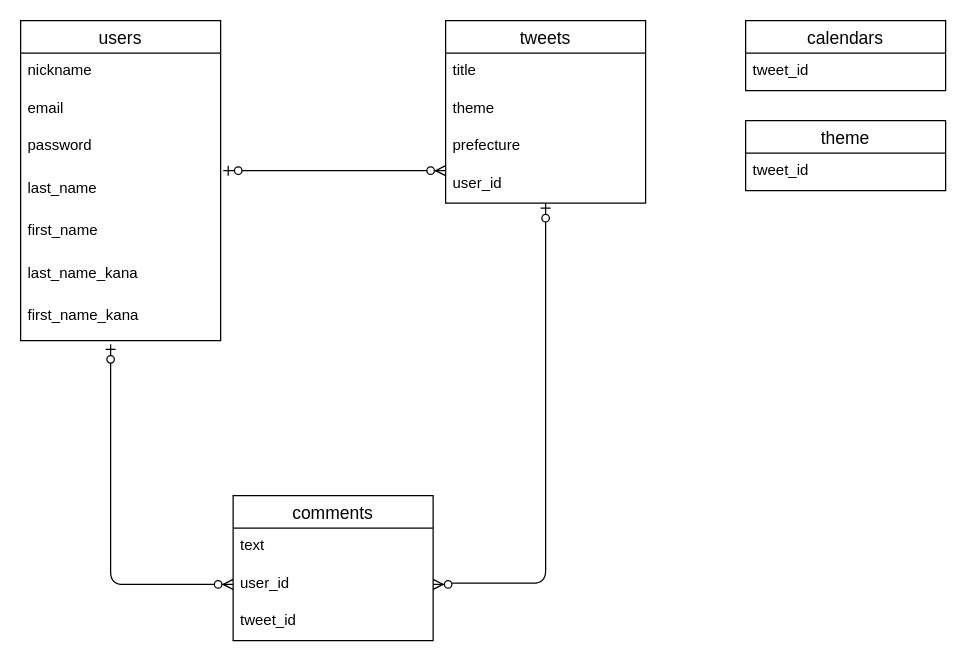
This is er.dio from kokorouruou/yamashiru, a draw.io file, before an edit. Source tidied: cells renumbered, new cells numbered last; positions are measured from the earlier drawing's top-left corner, leaving out a move shared by most shapes. Both pictures are drawn from the tidied source at 125%, with x=0, y=0 at pixel (20, 20).
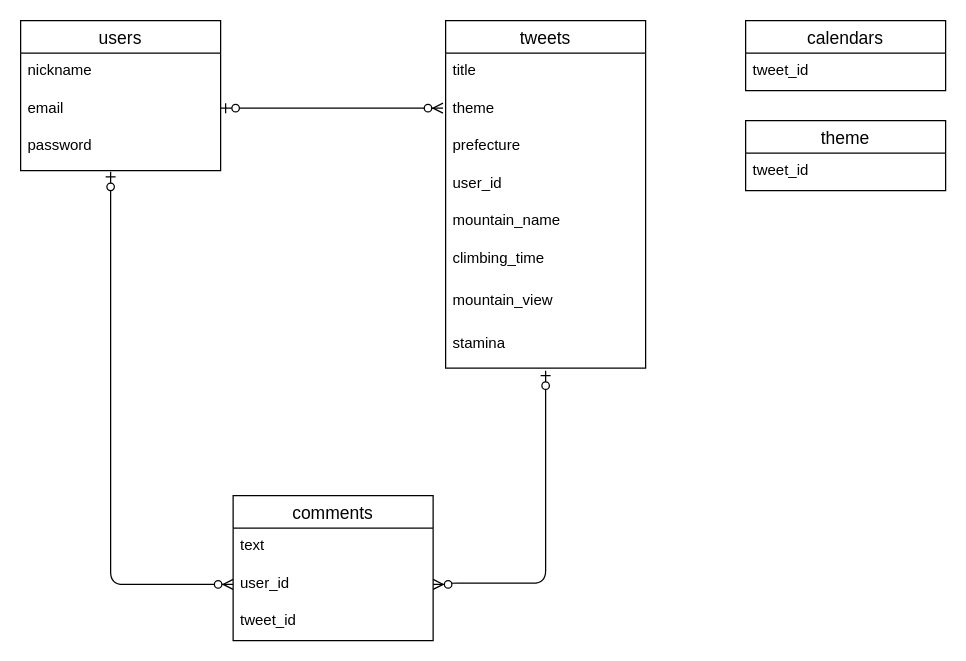
The same diagram, later.

Unchanged cells that the change refers to:
```xml
<mxCell id="5" value="password" style="text;strokeColor=none;fillColor=none;spacingLeft=4;spacingRight=4;overflow=hidden;points=[[0,0.5],[1,0.5]];portConstraint=eastwest;fontSize=12;" parent="2" vertex="1">
  <mxGeometry y="86" width="160" height="34" as="geometry" />
</mxCell>
<mxCell id="18" value="user_id" style="text;strokeColor=none;fillColor=none;spacingLeft=4;spacingRight=4;overflow=hidden;points=[[0,0.5],[1,0.5]];portConstraint=eastwest;fontSize=12;" parent="16" vertex="1">
  <mxGeometry y="56" width="160" height="30" as="geometry" />
</mxCell>
```

The edit, as a diff of the source:
```diff
@@
     <mxCell id="2" value="users" style="swimlane;fontStyle=0;horizontal=1;startSize=26;align=center;fontSize=14;" parent="1" vertex="1">
-      <mxGeometry width="160" height="256" as="geometry" />
+      <mxGeometry width="160" height="120" as="geometry" />
     </mxCell>
@@
-    <mxCell id="6" value="last_name" style="text;strokeColor=none;fillColor=none;spacingLeft=4;spacingRight=4;overflow=hidden;points=[[0,0.5],[1,0.5]];portConstraint=eastwest;fontSize=12;" parent="2" vertex="1">
-      <mxGeometry y="120" width="160" height="34" as="geometry" />
-    </mxCell>
-    <mxCell id="7" value="first_name" style="text;strokeColor=none;fillColor=none;spacingLeft=4;spacingRight=4;overflow=hidden;fontSize=12;" parent="2" vertex="1">
-      <mxGeometry y="154" width="160" height="34" as="geometry" />
-    </mxCell>
-    <mxCell id="8" value="last_name_kana" style="text;strokeColor=none;fillColor=none;spacingLeft=4;spacingRight=4;overflow=hidden;fontSize=12;" parent="2" vertex="1">
-      <mxGeometry y="188" width="160" height="34" as="geometry" />
-    </mxCell>
-    <mxCell id="9" value="first_name_kana" style="text;strokeColor=none;fillColor=none;spacingLeft=4;spacingRight=4;overflow=hidden;points=[[0,0.5],[1,0.5]];portConstraint=eastwest;fontSize=12;" parent="2" vertex="1">
-      <mxGeometry y="222" width="160" height="34" as="geometry" />
-    </mxCell>
-    <mxCell id="10" style="edgeStyle=entityRelationEdgeStyle;fontSize=12;html=1;endArrow=ERzeroToMany;startArrow=ERzeroToOne;exitX=1.013;exitY=0;exitDx=0;exitDy=0;exitPerimeter=0;" parent="1" edge="1" source="6">
+    <mxCell id="10" style="edgeStyle=entityRelationEdgeStyle;fontSize=12;html=1;endArrow=ERzeroToMany;startArrow=ERzeroToOne;exitX=1.013;exitY=0;exitDx=0;exitDy=0;exitPerimeter=0;" parent="1" edge="1">
       <mxGeometry relative="1" as="geometry">
-        <mxPoint x="340" y="120" as="targetPoint" />
+        <mxPoint x="160" y="70" as="sourcePoint" />
+        <mxPoint x="337.9" y="70" as="targetPoint" />
       </mxGeometry>
     </mxCell>
     <mxCell id="11" value="tweets" style="swimlane;fontStyle=0;horizontal=1;startSize=26;align=center;fontSize=14;" parent="1" vertex="1">
-      <mxGeometry x="340" width="160" height="146" as="geometry" />
+      <mxGeometry x="340" width="160" height="278" as="geometry" />
     </mxCell>
@@
+    <mxCell id="26" value="mountain_name" style="text;strokeColor=none;fillColor=none;spacingLeft=4;spacingRight=4;overflow=hidden;fontSize=12;" parent="11" vertex="1">
+      <mxGeometry y="146" width="160" height="30" as="geometry" />
+    </mxCell>
+    <mxCell id="27" value="climbing_time" style="text;strokeColor=none;fillColor=none;spacingLeft=4;spacingRight=4;overflow=hidden;fontSize=12;" parent="11" vertex="1">
+      <mxGeometry y="176" width="160" height="34" as="geometry" />
+    </mxCell>
+    <mxCell id="28" value="mountain_view" style="text;strokeColor=none;fillColor=none;spacingLeft=4;spacingRight=4;overflow=hidden;fontSize=12;" parent="11" vertex="1">
+      <mxGeometry y="210" width="160" height="34" as="geometry" />
+    </mxCell>
+    <mxCell id="29" value="stamina" style="text;strokeColor=none;fillColor=none;spacingLeft=4;spacingRight=4;overflow=hidden;fontSize=12;" parent="11" vertex="1">
+      <mxGeometry y="244" width="160" height="34" as="geometry" />
+    </mxCell>
@@
-    <mxCell id="20" style="edgeStyle=orthogonalEdgeStyle;fontSize=12;html=1;endArrow=ERzeroToMany;startArrow=ERzeroToOne;entryX=0;entryY=0.5;entryDx=0;entryDy=0;exitX=0.45;exitY=1.088;exitDx=0;exitDy=0;exitPerimeter=0;" parent="1" edge="1" source="9" target="18">
+    <mxCell id="20" style="edgeStyle=orthogonalEdgeStyle;fontSize=12;html=1;endArrow=ERzeroToMany;startArrow=ERzeroToOne;entryX=0;entryY=0.5;entryDx=0;entryDy=0;exitX=0.45;exitY=1.029;exitDx=0;exitDy=0;exitPerimeter=0;" parent="1" edge="1" source="5" target="18">
       <mxGeometry relative="1" as="geometry">
         <Array as="points">
           <mxPoint x="72" y="451" />
         </Array>
       </mxGeometry>
     </mxCell>
-    <mxCell id="21" style="edgeStyle=orthogonalEdgeStyle;fontSize=12;html=1;endArrow=ERzeroToMany;startArrow=ERzeroToOne;exitX=0.45;exitY=1.088;exitDx=0;exitDy=0;exitPerimeter=0;entryX=1;entryY=0.5;entryDx=0;entryDy=0;" parent="1" edge="1" target="18">
+    <mxCell id="21" style="edgeStyle=orthogonalEdgeStyle;fontSize=12;html=1;endArrow=ERzeroToMany;startArrow=ERzeroToOne;entryX=1;entryY=0.5;entryDx=0;entryDy=0;" parent="1" edge="1" target="18">
       <mxGeometry relative="1" as="geometry">
-        <mxPoint x="420" y="146" as="sourcePoint" />
+        <mxPoint x="420" y="280" as="sourcePoint" />
         <Array as="points">
           <mxPoint x="420" y="450" />
           <mxPoint x="340" y="450" />
           <mxPoint x="340" y="451" />
         </Array>
       </mxGeometry>
     </mxCell>
```
